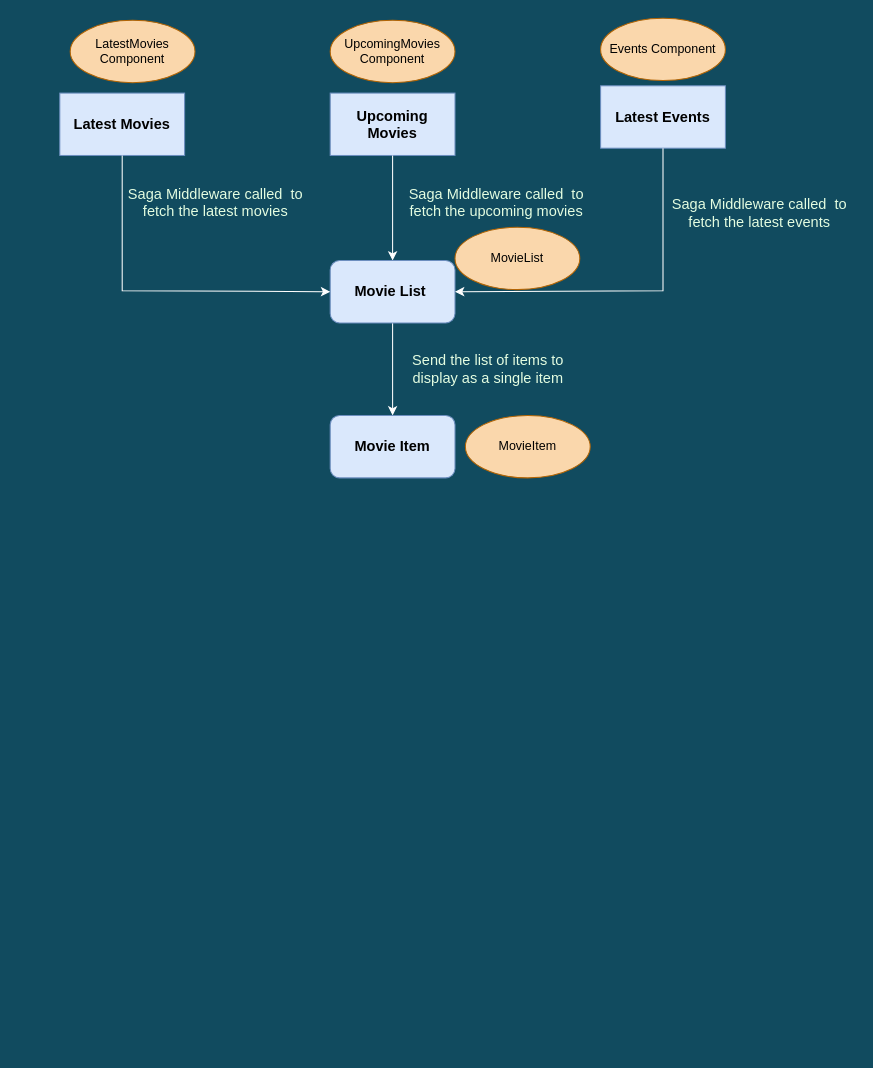
Earlier version of the draw.io diagram Untitled Diagram.drawio (vdwivedi24/movie-booking-react-latest). Source tidied: cells renumbered, new cells numbered last; positions are measured from the earlier drawing's top-left corner, leaving out a move shared by most shapes. Both pictures are drawn from the tidied source at 104%, with x=0, y=0 at pixel (59, 18).
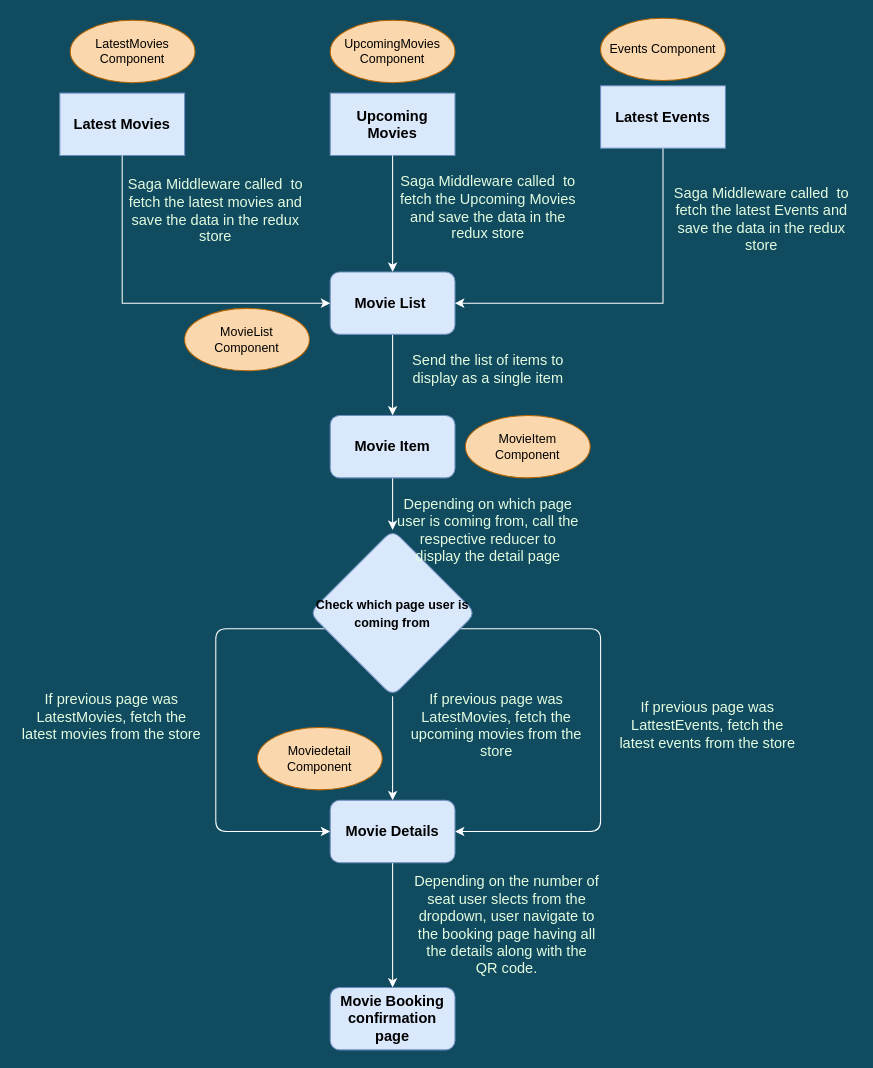
After the change.

Commit message:
Added the Movie detail and booking flow.drawio

The change refers to these unchanged cells:
```xml
<mxCell id="2" value="Latest Movies" style="rounded=0;whiteSpace=wrap;html=1;fillColor=#dae8fc;strokeColor=#6c8ebf;fontSize=14;fontStyle=1;" parent="1" vertex="1">
  <mxGeometry y="72" width="120" height="60" as="geometry" />
</mxCell>
<mxCell id="4" value="Latest Events" style="rounded=0;whiteSpace=wrap;html=1;fillColor=#dae8fc;strokeColor=#6c8ebf;fontSize=14;fontStyle=1;" parent="1" vertex="1">
  <mxGeometry x="520" y="65" width="120" height="60" as="geometry" />
</mxCell>
<mxCell id="10" value="Movie Item" style="rounded=1;whiteSpace=wrap;html=1;fillColor=#dae8fc;strokeColor=#6c8ebf;fontStyle=1;fontSize=14;" parent="1" vertex="1">
  <mxGeometry x="260" y="382" width="120" height="60" as="geometry" />
</mxCell>
```

What changed in the source:
```diff
@@
     <mxCell id="7" value="Movie List&amp;nbsp;" style="rounded=1;whiteSpace=wrap;html=1;fillColor=#dae8fc;strokeColor=#6c8ebf;fontSize=14;fontStyle=1;" parent="1" vertex="1">
-      <mxGeometry x="260" y="233" width="120" height="60" as="geometry" />
+      <mxGeometry x="260" y="244" width="120" height="60" as="geometry" />
     </mxCell>
-    <mxCell id="8" style="edgeStyle=orthogonalEdgeStyle;rounded=0;jettySize=auto;html=1;labelBackgroundColor=#114B5F;entryX=1;entryY=0.5;entryDx=0;entryDy=0;fontColor=#33FF99;strokeColor=#FFFFFF;" parent="1" edge="1" source="4" target="7">
+    <mxCell id="8" style="edgeStyle=orthogonalEdgeStyle;rounded=0;jettySize=auto;html=1;labelBackgroundColor=#114B5F;fontColor=#33FF99;strokeColor=#FFFFFF;" parent="1" edge="1" source="4">
       <mxGeometry relative="1" as="geometry">
+        <mxPoint x="380" y="274" as="targetPoint" />
         <Array as="points">
-          <mxPoint x="580" y="262" />
+          <mxPoint x="580" y="274" />
         </Array>
       </mxGeometry>
     </mxCell>
     <mxCell id="9" style="edgeStyle=orthogonalEdgeStyle;rounded=0;jettySize=auto;html=1;labelBackgroundColor=#114B5F;entryX=0;entryY=0.5;entryDx=0;entryDy=0;startArrow=none;exitX=0.5;exitY=1;exitDx=0;exitDy=0;fontColor=#33FF99;strokeColor=#FFFFFF;" parent="1" edge="1" source="2" target="7">
       <mxGeometry relative="1" as="geometry">
         <Array as="points">
-          <mxPoint x="60" y="262" />
+          <mxPoint x="60" y="274" />
         </Array>
       </mxGeometry>
     </mxCell>
+    <mxCell id="20" style="edgeStyle=orthogonalEdgeStyle;curved=0;rounded=1;sketch=0;jettySize=auto;html=1;fontSize=12;fontColor=#33FF99;strokeColor=#FFFFFF;fillColor=#F45B69;" parent="1" edge="1" source="10" target="24">
+      <mxGeometry relative="1" as="geometry" />
+    </mxCell>
@@
-    <mxCell id="11" value="Saga Middleware called&amp;nbsp; to fetch the latest movies" style="text;html=1;strokeColor=none;fillColor=none;align=center;verticalAlign=middle;whiteSpace=wrap;rounded=0;sketch=0;fontSize=14;fontColor=#E4FDE1;" parent="1" vertex="1">
-      <mxGeometry x="60" y="162" width="180" height="30" as="geometry" />
+    <mxCell id="11" value="Saga Middleware called&amp;nbsp; to fetch the latest movies and save the data in the redux store" style="text;html=1;strokeColor=none;fillColor=none;align=center;verticalAlign=middle;whiteSpace=wrap;rounded=0;sketch=0;fontSize=14;fontColor=#E4FDE1;" parent="1" vertex="1">
+      <mxGeometry x="60" y="170" width="180" height="30" as="geometry" />
     </mxCell>
-    <mxCell id="12" value="Saga Middleware called&amp;nbsp; to fetch the upcoming movies" style="text;html=1;strokeColor=none;fillColor=none;align=center;verticalAlign=middle;whiteSpace=wrap;rounded=0;sketch=0;fontSize=14;fontColor=#E4FDE1;" parent="1" vertex="1">
-      <mxGeometry x="330" y="162" width="180" height="30" as="geometry" />
-    </mxCell>
-    <mxCell id="13" value="Saga Middleware called&amp;nbsp; to fetch the latest events" style="text;html=1;strokeColor=none;fillColor=none;align=center;verticalAlign=middle;whiteSpace=wrap;rounded=0;sketch=0;fontSize=14;fontColor=#E4FDE1;" parent="1" vertex="1">
-      <mxGeometry x="583" y="172" width="180" height="30" as="geometry" />
-    </mxCell>
@@
-    <mxCell id="18" value="MovieItem" style="ellipse;whiteSpace=wrap;html=1;rounded=0;sketch=0;fontSize=12;strokeColor=#b46504;fillColor=#fad7ac;" parent="1" vertex="1">
+    <mxCell id="18" value="MovieItem&lt;br&gt;Component" style="ellipse;whiteSpace=wrap;html=1;rounded=0;sketch=0;fontSize=12;strokeColor=#b46504;fillColor=#fad7ac;" parent="1" vertex="1">
       <mxGeometry x="390" y="382" width="120" height="60" as="geometry" />
     </mxCell>
-    <mxCell id="19" value="MovieList" style="ellipse;whiteSpace=wrap;html=1;rounded=0;sketch=0;fontSize=12;strokeColor=#b46504;fillColor=#fad7ac;" parent="1" vertex="1">
-      <mxGeometry x="380" y="201" width="120" height="60" as="geometry" />
+    <mxCell id="19" value="MovieList&lt;br&gt;Component" style="ellipse;whiteSpace=wrap;html=1;rounded=0;sketch=0;fontSize=12;strokeColor=#b46504;fillColor=#fad7ac;" parent="1" vertex="1">
+      <mxGeometry x="120" y="279" width="120" height="60" as="geometry" />
     </mxCell>
+    <mxCell id="21" style="edgeStyle=orthogonalEdgeStyle;curved=0;rounded=1;sketch=0;jettySize=auto;html=1;fontSize=12;fontColor=#33FF99;strokeColor=#FFFFFF;fillColor=#F45B69;entryX=0;entryY=0.5;entryDx=0;entryDy=0;" parent="1" edge="1" source="24" target="26">
+      <mxGeometry relative="1" as="geometry">
+        <Array as="points">
+          <mxPoint x="150" y="587" />
+          <mxPoint x="150" y="782" />
+        </Array>
+      </mxGeometry>
+    </mxCell>
+    <mxCell id="22" style="edgeStyle=orthogonalEdgeStyle;curved=0;rounded=1;sketch=0;jettySize=auto;html=1;fontSize=12;fontColor=#33FF99;strokeColor=#FFFFFF;fillColor=#F45B69;entryX=1;entryY=0.5;entryDx=0;entryDy=0;" parent="1" edge="1" source="24" target="26">
+      <mxGeometry relative="1" as="geometry">
+        <Array as="points">
+          <mxPoint x="520" y="587" />
+          <mxPoint x="520" y="782" />
+        </Array>
+      </mxGeometry>
+    </mxCell>
+    <mxCell id="23" style="edgeStyle=orthogonalEdgeStyle;curved=0;rounded=1;sketch=0;jettySize=auto;html=1;fontSize=12;fontColor=#33FF99;strokeColor=#FFFFFF;fillColor=#F45B69;" parent="1" edge="1" source="24" target="26">
+      <mxGeometry relative="1" as="geometry" />
+    </mxCell>
+    <mxCell id="24" value="&lt;font style=&quot;font-size: 12px&quot;&gt;Check which page user is coming from&lt;/font&gt;" style="rhombus;whiteSpace=wrap;html=1;rounded=1;fontSize=14;fontStyle=1;strokeColor=#6c8ebf;fillColor=#dae8fc;" parent="1" vertex="1">
+      <mxGeometry x="240" y="492" width="160" height="160" as="geometry" />
+    </mxCell>
+    <mxCell id="25" style="edgeStyle=orthogonalEdgeStyle;curved=0;rounded=1;sketch=0;jettySize=auto;html=1;fontSize=12;fontColor=#33FF99;strokeColor=#FFFFFF;fillColor=#F45B69;" parent="1" edge="1" source="26" target="34">
+      <mxGeometry relative="1" as="geometry" />
+    </mxCell>
+    <mxCell id="26" value="Movie Details" style="rounded=1;whiteSpace=wrap;html=1;fillColor=#dae8fc;strokeColor=#6c8ebf;fontStyle=1;fontSize=14;" parent="1" vertex="1">
+      <mxGeometry x="260" y="752" width="120" height="60" as="geometry" />
+    </mxCell>
+    <mxCell id="27" value="Depending on which page user is coming from, call the respective reducer to display the detail page" style="text;html=1;strokeColor=none;fillColor=none;align=center;verticalAlign=middle;whiteSpace=wrap;rounded=0;sketch=0;fontSize=14;fontColor=#E4FDE1;" parent="1" vertex="1">
+      <mxGeometry x="322" y="462" width="180" height="60" as="geometry" />
+    </mxCell>
+    <mxCell id="28" value="Moviedetail&lt;br&gt;Component" style="ellipse;whiteSpace=wrap;html=1;rounded=0;sketch=0;fontSize=12;strokeColor=#b46504;fillColor=#fad7ac;" parent="1" vertex="1">
+      <mxGeometry x="190" y="682" width="120" height="60" as="geometry" />
+    </mxCell>
+    <mxCell id="29" value="If previous page was LatestMovies, fetch the latest movies from the store" style="text;html=1;strokeColor=none;fillColor=none;align=center;verticalAlign=middle;whiteSpace=wrap;rounded=0;sketch=0;fontSize=14;fontColor=#E4FDE1;" parent="1" vertex="1">
+      <mxGeometry x="-40" y="642" width="180" height="60" as="geometry" />
+    </mxCell>
+    <mxCell id="30" value="If previous page was LatestMovies, fetch the upcoming movies from the store" style="text;html=1;strokeColor=none;fillColor=none;align=center;verticalAlign=middle;whiteSpace=wrap;rounded=0;sketch=0;fontSize=14;fontColor=#E4FDE1;" parent="1" vertex="1">
+      <mxGeometry x="330" y="650" width="180" height="60" as="geometry" />
+    </mxCell>
+    <mxCell id="31" value="If previous page was LattestEvents, fetch the latest events from the store" style="text;html=1;strokeColor=none;fillColor=none;align=center;verticalAlign=middle;whiteSpace=wrap;rounded=0;sketch=0;fontSize=14;fontColor=#E4FDE1;" parent="1" vertex="1">
+      <mxGeometry x="533" y="650" width="180" height="60" as="geometry" />
+    </mxCell>
+    <mxCell id="32" value="Saga Middleware called&amp;nbsp; to fetch the latest Events and save the data in the redux store" style="text;html=1;strokeColor=none;fillColor=none;align=center;verticalAlign=middle;whiteSpace=wrap;rounded=0;sketch=0;fontSize=14;fontColor=#E4FDE1;" parent="1" vertex="1">
+      <mxGeometry x="585" y="178" width="180" height="30" as="geometry" />
+    </mxCell>
+    <mxCell id="33" value="Saga Middleware called&amp;nbsp; to fetch the Upcoming Movies and save the data in the redux store" style="text;html=1;strokeColor=none;fillColor=none;align=center;verticalAlign=middle;whiteSpace=wrap;rounded=0;sketch=0;fontSize=14;fontColor=#E4FDE1;" parent="1" vertex="1">
+      <mxGeometry x="322" y="167" width="180" height="30" as="geometry" />
+    </mxCell>
+    <mxCell id="34" value="Movie Booking confirmation page" style="rounded=1;whiteSpace=wrap;html=1;fillColor=#dae8fc;strokeColor=#6c8ebf;fontStyle=1;fontSize=14;" parent="1" vertex="1">
+      <mxGeometry x="260" y="932" width="120" height="60" as="geometry" />
+    </mxCell>
+    <mxCell id="35" value="Depending on the number of seat user slects from the dropdown, user navigate to the booking page having all the details along with the QR code." style="text;html=1;strokeColor=none;fillColor=none;align=center;verticalAlign=middle;whiteSpace=wrap;rounded=0;sketch=0;fontSize=14;fontColor=#E4FDE1;" parent="1" vertex="1">
+      <mxGeometry x="340" y="842" width="180" height="60" as="geometry" />
+    </mxCell>
```
